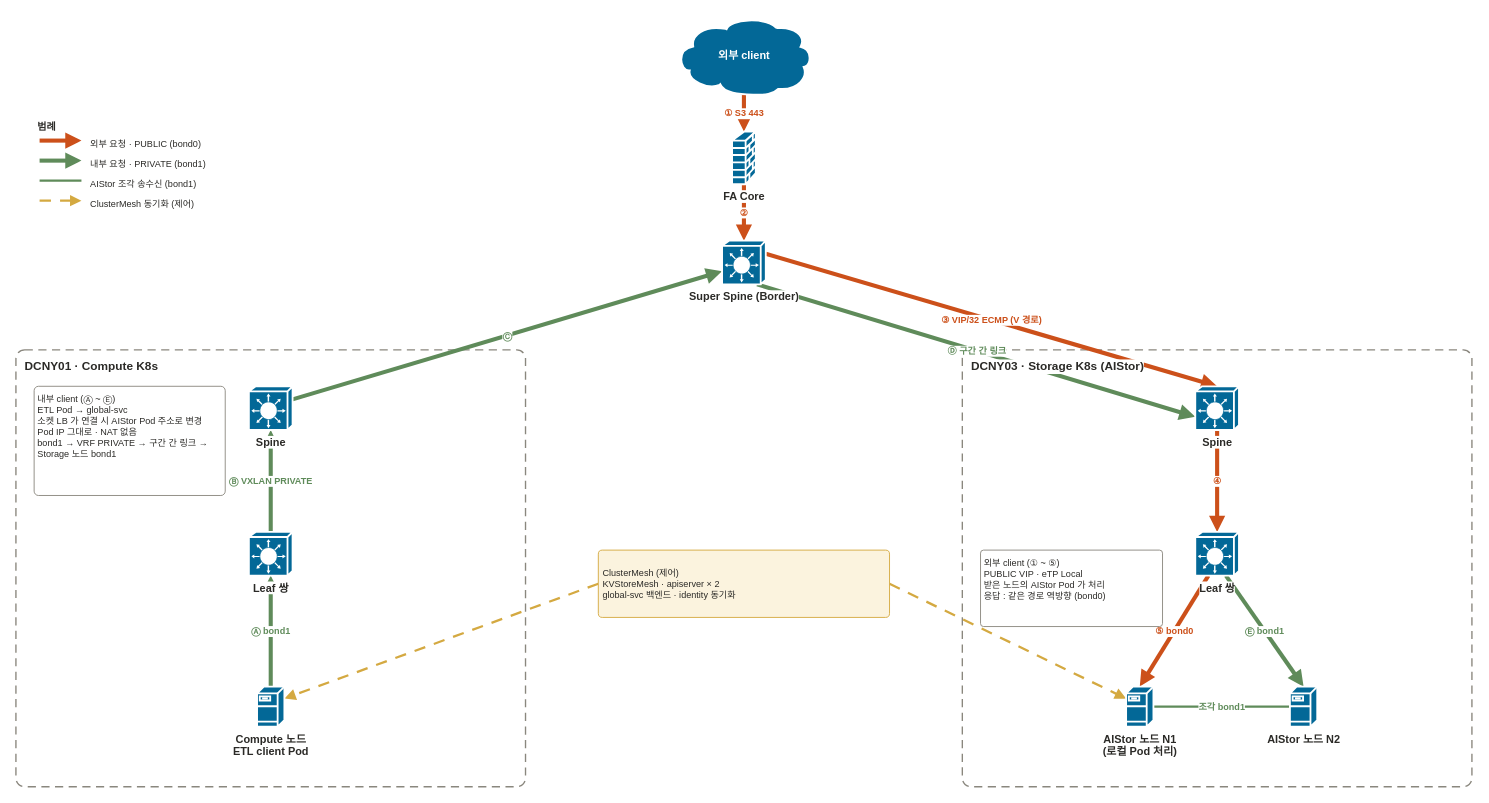
riverjin839/devopser keeps this draw.io diagram as architecture/y1-nw-review/drawio/N-4.drawio. Above is the earlier version. Source tidied: cells renumbered, new cells numbered last; positions are measured from the earlier drawing's top-left corner, leaving out a move shared by most shapes. Both pictures are drawn from the tidied source at 91%, with x=0, y=0 at pixel (15, 16).
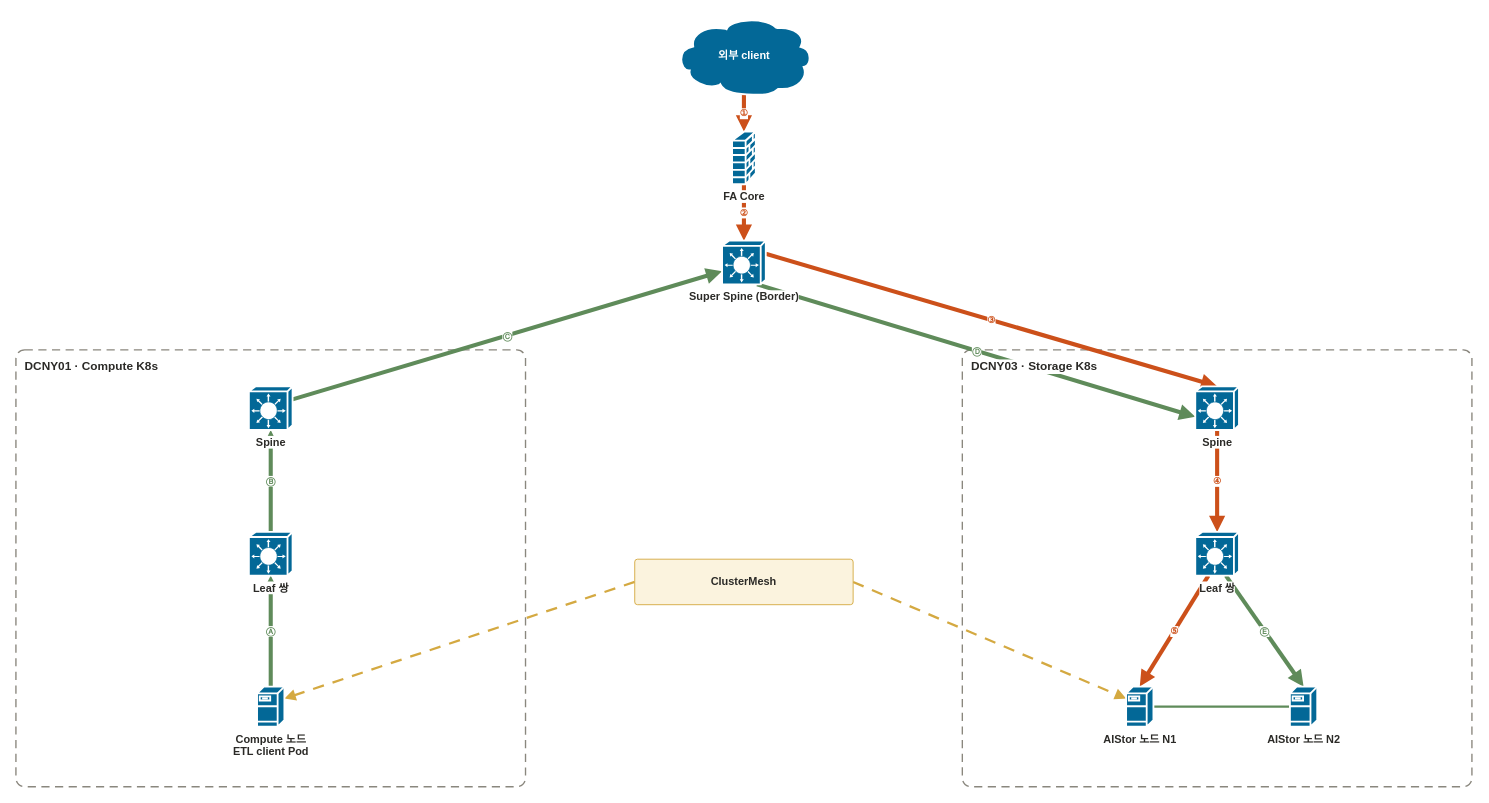
The same page after the edit.

Change to the diagram source:
```diff
@@
-    <mxCell id="4" value="① S3 443" style="edgeStyle=none;orthogonal=0;rounded=0;html=1;strokeColor=#CC501A;strokeWidth=4.5;endArrow=block;endFill=1;startArrow=none;fontFamily=Noto Sans KR,Malgun Gothic,Apple SD Gothic Neo,sans-serif;fontSize=10;fontColor=#CC501A;fontStyle=1;labelBackgroundColor=#FFFFFF;" parent="1" edge="1">
+    <mxCell id="4" value="①" style="edgeStyle=none;orthogonal=0;rounded=0;html=1;strokeColor=#CC501A;strokeWidth=4.5;endArrow=block;endFill=1;startArrow=none;fontFamily=Noto Sans KR,Malgun Gothic,Apple SD Gothic Neo,sans-serif;fontSize=10;fontColor=#CC501A;fontStyle=1;labelBackgroundColor=#FFFFFF;" parent="1" edge="1">
       <mxGeometry relative="1" as="geometry">
         <mxPoint x="800" y="86" as="sourcePoint" />
         <mxPoint x="800" y="126" as="targetPoint" />
       </mxGeometry>
     </mxCell>
@@
-    <mxCell id="6" value="③ VIP/32 ECMP (V 경로)" style="edgeStyle=none;orthogonal=0;rounded=0;html=1;strokeColor=#CC501A;strokeWidth=4.5;endArrow=block;endFill=1;startArrow=none;fontFamily=Noto Sans KR,Malgun Gothic,Apple SD Gothic Neo,sans-serif;fontSize=10;fontColor=#CC501A;fontStyle=1;labelBackgroundColor=#FFFFFF;" parent="1" edge="1">
+    <mxCell id="6" value="③" style="edgeStyle=none;orthogonal=0;rounded=0;html=1;strokeColor=#CC501A;strokeWidth=4.5;endArrow=block;endFill=1;startArrow=none;fontFamily=Noto Sans KR,Malgun Gothic,Apple SD Gothic Neo,sans-serif;fontSize=10;fontColor=#CC501A;fontStyle=1;labelBackgroundColor=#FFFFFF;" parent="1" edge="1">
       <mxGeometry relative="1" as="geometry">
         <mxPoint x="824" y="260.4" as="sourcePoint" />
         <mxPoint x="1320" y="406" as="targetPoint" />
       </mxGeometry>
     </mxCell>
@@
-    <mxCell id="8" value="⑤ bond0" style="edgeStyle=none;orthogonal=0;rounded=0;html=1;strokeColor=#CC501A;strokeWidth=4.5;endArrow=block;endFill=1;startArrow=none;fontFamily=Noto Sans KR,Malgun Gothic,Apple SD Gothic Neo,sans-serif;fontSize=10;fontColor=#CC501A;fontStyle=1;labelBackgroundColor=#FFFFFF;" parent="1" edge="1">
+    <mxCell id="8" value="⑤" style="edgeStyle=none;orthogonal=0;rounded=0;html=1;strokeColor=#CC501A;strokeWidth=4.5;endArrow=block;endFill=1;startArrow=none;fontFamily=Noto Sans KR,Malgun Gothic,Apple SD Gothic Neo,sans-serif;fontSize=10;fontColor=#CC501A;fontStyle=1;labelBackgroundColor=#FFFFFF;" parent="1" edge="1">
       <mxGeometry relative="1" as="geometry">
         <mxPoint x="1310.4" y="614" as="sourcePoint" />
         <mxPoint x="1235" y="736" as="targetPoint" />
       </mxGeometry>
     </mxCell>
-    <mxCell id="9" value="조각 bond1" style="edgeStyle=none;orthogonal=0;rounded=0;html=1;strokeColor=#5F8B5A;strokeWidth=2.5;endArrow=none;endFill=1;startArrow=none;fontFamily=Noto Sans KR,Malgun Gothic,Apple SD Gothic Neo,sans-serif;fontSize=10;fontColor=#5F8B5A;fontStyle=1;labelBackgroundColor=#FFFFFF;" parent="1" edge="1">
+    <mxCell id="9" style="edgeStyle=none;orthogonal=0;rounded=0;html=1;strokeColor=#5F8B5A;strokeWidth=2.5;endArrow=none;endFill=1;startArrow=none;fontFamily=Noto Sans KR,Malgun Gothic,Apple SD Gothic Neo,sans-serif;fontSize=10;fontColor=#5F8B5A;fontStyle=1;labelBackgroundColor=#FFFFFF;" parent="1" edge="1">
       <mxGeometry relative="1" as="geometry">
         <mxPoint x="1250" y="758" as="sourcePoint" />
         <mxPoint x="1400" y="758" as="targetPoint" />
       </mxGeometry>
     </mxCell>
-    <mxCell id="10" value="Ⓐ bond1" style="edgeStyle=none;orthogonal=0;rounded=0;html=1;strokeColor=#5F8B5A;strokeWidth=4.5;endArrow=block;endFill=1;startArrow=none;fontFamily=Noto Sans KR,Malgun Gothic,Apple SD Gothic Neo,sans-serif;fontSize=10;fontColor=#5F8B5A;fontStyle=1;labelBackgroundColor=#FFFFFF;" parent="1" edge="1">
+    <mxCell id="10" value="Ⓐ" style="edgeStyle=none;orthogonal=0;rounded=0;html=1;strokeColor=#5F8B5A;strokeWidth=4.5;endArrow=block;endFill=1;startArrow=none;fontFamily=Noto Sans KR,Malgun Gothic,Apple SD Gothic Neo,sans-serif;fontSize=10;fontColor=#5F8B5A;fontStyle=1;labelBackgroundColor=#FFFFFF;" parent="1" edge="1">
       <mxGeometry relative="1" as="geometry">
         <mxPoint x="280" y="736" as="sourcePoint" />
         <mxPoint x="280" y="614" as="targetPoint" />
       </mxGeometry>
     </mxCell>
-    <mxCell id="11" value="Ⓑ VXLAN PRIVATE" style="edgeStyle=none;orthogonal=0;rounded=0;html=1;strokeColor=#5F8B5A;strokeWidth=4.5;endArrow=block;endFill=1;startArrow=none;fontFamily=Noto Sans KR,Malgun Gothic,Apple SD Gothic Neo,sans-serif;fontSize=10;fontColor=#5F8B5A;fontStyle=1;labelBackgroundColor=#FFFFFF;" parent="1" edge="1">
+    <mxCell id="11" value="Ⓑ" style="edgeStyle=none;orthogonal=0;rounded=0;html=1;strokeColor=#5F8B5A;strokeWidth=4.5;endArrow=block;endFill=1;startArrow=none;fontFamily=Noto Sans KR,Malgun Gothic,Apple SD Gothic Neo,sans-serif;fontSize=10;fontColor=#5F8B5A;fontStyle=1;labelBackgroundColor=#FFFFFF;" parent="1" edge="1">
       <mxGeometry relative="1" as="geometry">
         <mxPoint x="280" y="566" as="sourcePoint" />
         <mxPoint x="280" y="454" as="targetPoint" />
       </mxGeometry>
     </mxCell>
@@
-    <mxCell id="13" value="Ⓓ 구간 간 링크" style="edgeStyle=none;orthogonal=0;rounded=0;html=1;strokeColor=#5F8B5A;strokeWidth=4.5;endArrow=block;endFill=1;startArrow=none;fontFamily=Noto Sans KR,Malgun Gothic,Apple SD Gothic Neo,sans-serif;fontSize=10;fontColor=#5F8B5A;fontStyle=1;labelBackgroundColor=#FFFFFF;" parent="1" edge="1">
+    <mxCell id="13" value="Ⓓ" style="edgeStyle=none;orthogonal=0;rounded=0;html=1;strokeColor=#5F8B5A;strokeWidth=4.5;endArrow=block;endFill=1;startArrow=none;fontFamily=Noto Sans KR,Malgun Gothic,Apple SD Gothic Neo,sans-serif;fontSize=10;fontColor=#5F8B5A;fontStyle=1;labelBackgroundColor=#FFFFFF;" parent="1" edge="1">
       <mxGeometry relative="1" as="geometry">
         <mxPoint x="814.4" y="294" as="sourcePoint" />
         <mxPoint x="1296" y="439.6" as="targetPoint" />
       </mxGeometry>
     </mxCell>
-    <mxCell id="14" value="Ⓔ bond1" style="edgeStyle=none;orthogonal=0;rounded=0;html=1;strokeColor=#5F8B5A;strokeWidth=4.5;endArrow=block;endFill=1;startArrow=none;fontFamily=Noto Sans KR,Malgun Gothic,Apple SD Gothic Neo,sans-serif;fontSize=10;fontColor=#5F8B5A;fontStyle=1;labelBackgroundColor=#FFFFFF;" parent="1" edge="1">
+    <mxCell id="14" value="Ⓔ" style="edgeStyle=none;orthogonal=0;rounded=0;html=1;strokeColor=#5F8B5A;strokeWidth=4.5;endArrow=block;endFill=1;startArrow=none;fontFamily=Noto Sans KR,Malgun Gothic,Apple SD Gothic Neo,sans-serif;fontSize=10;fontColor=#5F8B5A;fontStyle=1;labelBackgroundColor=#FFFFFF;" parent="1" edge="1">
       <mxGeometry relative="1" as="geometry">
         <mxPoint x="1329.6" y="614" as="sourcePoint" />
         <mxPoint x="1415" y="736" as="targetPoint" />
       </mxGeometry>
     </mxCell>
     <mxCell id="15" style="edgeStyle=none;orthogonal=0;rounded=0;html=1;strokeColor=#D4A941;strokeWidth=2.5;endArrow=block;endFill=1;startArrow=none;fontFamily=Noto Sans KR,Malgun Gothic,Apple SD Gothic Neo,sans-serif;fontSize=10;fontColor=#D4A941;fontStyle=1;labelBackgroundColor=#FFFFFF;dashed=1;dashPattern=5 4;" parent="1" edge="1">
       <mxGeometry relative="1" as="geometry">
-        <mxPoint x="640" y="623" as="sourcePoint" />
+        <mxPoint x="680" y="621" as="sourcePoint" />
         <mxPoint x="295" y="749.2" as="targetPoint" />
       </mxGeometry>
     </mxCell>
     <mxCell id="16" style="edgeStyle=none;orthogonal=0;rounded=0;html=1;strokeColor=#D4A941;strokeWidth=2.5;endArrow=block;endFill=1;startArrow=none;fontFamily=Noto Sans KR,Malgun Gothic,Apple SD Gothic Neo,sans-serif;fontSize=10;fontColor=#D4A941;fontStyle=1;labelBackgroundColor=#FFFFFF;dashed=1;dashPattern=5 4;" parent="1" edge="1">
       <mxGeometry relative="1" as="geometry">
-        <mxPoint x="960" y="623" as="sourcePoint" />
+        <mxPoint x="920" y="621" as="sourcePoint" />
         <mxPoint x="1220" y="749.2" as="targetPoint" />
       </mxGeometry>
     </mxCell>
-    <mxCell id="17" style="edgeStyle=none;orthogonal=0;rounded=0;html=1;strokeColor=#CC501A;strokeWidth=4.5;endArrow=block;endFill=1;startArrow=none;fontFamily=Noto Sans KR,Malgun Gothic,Apple SD Gothic Neo,sans-serif;fontSize=10;fontColor=#CC501A;fontStyle=1;labelBackgroundColor=#FFFFFF;" parent="1" edge="1">
-      <mxGeometry relative="1" as="geometry">
-        <mxPoint x="26" y="136" as="sourcePoint" />
-        <mxPoint x="72" y="136" as="targetPoint" />
-      </mxGeometry>
-    </mxCell>
-    <mxCell id="18" style="edgeStyle=none;orthogonal=0;rounded=0;html=1;strokeColor=#5F8B5A;strokeWidth=4.5;endArrow=block;endFill=1;startArrow=none;fontFamily=Noto Sans KR,Malgun Gothic,Apple SD Gothic Neo,sans-serif;fontSize=10;fontColor=#5F8B5A;fontStyle=1;labelBackgroundColor=#FFFFFF;" parent="1" edge="1">
-      <mxGeometry relative="1" as="geometry">
-        <mxPoint x="26" y="158" as="sourcePoint" />
-        <mxPoint x="72" y="158" as="targetPoint" />
-      </mxGeometry>
-    </mxCell>
-    <mxCell id="19" style="edgeStyle=none;orthogonal=0;rounded=0;html=1;strokeColor=#5F8B5A;strokeWidth=2.5;endArrow=none;endFill=1;startArrow=none;fontFamily=Noto Sans KR,Malgun Gothic,Apple SD Gothic Neo,sans-serif;fontSize=10;fontColor=#5F8B5A;fontStyle=1;labelBackgroundColor=#FFFFFF;" parent="1" edge="1">
-      <mxGeometry relative="1" as="geometry">
-        <mxPoint x="26" y="180" as="sourcePoint" />
-        <mxPoint x="72" y="180" as="targetPoint" />
-      </mxGeometry>
-    </mxCell>
-    <mxCell id="20" style="edgeStyle=none;orthogonal=0;rounded=0;html=1;strokeColor=#D4A941;strokeWidth=2.5;endArrow=block;endFill=1;startArrow=none;fontFamily=Noto Sans KR,Malgun Gothic,Apple SD Gothic Neo,sans-serif;fontSize=10;fontColor=#D4A941;fontStyle=1;labelBackgroundColor=#FFFFFF;dashed=1;dashPattern=5 4;" parent="1" edge="1">
-      <mxGeometry relative="1" as="geometry">
-        <mxPoint x="26" y="202" as="sourcePoint" />
-        <mxPoint x="72" y="202" as="targetPoint" />
-      </mxGeometry>
-    </mxCell>
@@
-    <mxCell id="25" value="DCNY03 · Storage K8s (AIStor)" style="text;html=1;whiteSpace=wrap;align=left;verticalAlign=top;spacing=4;fontFamily=Noto Sans KR,Malgun Gothic,Apple SD Gothic Neo,sans-serif;fontSize=13;fontColor=#2B2A27;fontStyle=1;labelBackgroundColor=#FFFFFF;" parent="1" vertex="1">
-      <mxGeometry x="1046" y="368" width="378.1" height="25" as="geometry" />
+    <mxCell id="25" value="DCNY03 · Storage K8s" style="text;html=1;whiteSpace=wrap;align=left;verticalAlign=top;spacing=4;fontFamily=Noto Sans KR,Malgun Gothic,Apple SD Gothic Neo,sans-serif;fontSize=13;fontColor=#2B2A27;fontStyle=1;labelBackgroundColor=#FFFFFF;" parent="1" vertex="1">
+      <mxGeometry x="1046" y="368" width="267" height="25" as="geometry" />
     </mxCell>
@@
-    <mxCell id="31" value="AIStor 노드 N1&lt;br&gt;(로컬 Pod 처리)" style="sketch=0;html=1;dashed=0;fillColor=#036897;strokeColor=#ffffff;strokeWidth=2;verticalLabelPosition=bottom;verticalAlign=top;align=center;shape=mxgraph.cisco.servers.fileserver;fontFamily=Noto Sans KR,Malgun Gothic,Apple SD Gothic Neo,sans-serif;fontSize=12;fontColor=#2B2A27;labelBackgroundColor=#FFFFFF;fontStyle=1;" parent="1" vertex="1">
+    <mxCell id="31" value="AIStor 노드 N1" style="sketch=0;html=1;dashed=0;fillColor=#036897;strokeColor=#ffffff;strokeWidth=2;verticalLabelPosition=bottom;verticalAlign=top;align=center;shape=mxgraph.cisco.servers.fileserver;fontFamily=Noto Sans KR,Malgun Gothic,Apple SD Gothic Neo,sans-serif;fontSize=12;fontColor=#2B2A27;labelBackgroundColor=#FFFFFF;fontStyle=1;" parent="1" vertex="1">
       <mxGeometry x="1220" y="736" width="30" height="44" as="geometry" />
     </mxCell>
@@
-    <mxCell id="33" value="ClusterMesh (제어)&lt;br&gt;KVStoreMesh · apiserver × 2&lt;br&gt;global-svc 백엔드 · identity 동기화" style="rounded=1;arcSize=6;html=1;whiteSpace=wrap;fillColor=#FBF3DE;strokeColor=#D4A941;align=left;verticalAlign=middle;spacing=5;fontFamily=Noto Sans KR,Malgun Gothic,Apple SD Gothic Neo,sans-serif;fontSize=10;fontColor=#2B2A27;" parent="1" vertex="1">
-      <mxGeometry x="640" y="586" width="320" height="74" as="geometry" />
+    <mxCell id="33" value="ClusterMesh" style="rounded=1;arcSize=6;html=1;whiteSpace=wrap;fillColor=#FBF3DE;strokeColor=#D4A941;align=center;verticalAlign=middle;spacing=5;fontFamily=Noto Sans KR,Malgun Gothic,Apple SD Gothic Neo,sans-serif;fontSize=12;fontColor=#2B2A27;fontStyle=1;" parent="1" vertex="1">
+      <mxGeometry x="680" y="596" width="240" height="50" as="geometry" />
     </mxCell>
-    <mxCell id="34" value="내부 client (Ⓐ ~ Ⓔ)&lt;br&gt;ETL Pod → global-svc&lt;br&gt;소켓 LB 가 연결 시 AIStor Pod 주소로 변경&lt;br&gt;Pod IP 그대로 · NAT 없음&lt;br&gt;bond1 → VRF PRIVATE → 구간 간 링크 → Storage 노드 bond1" style="text;html=1;whiteSpace=wrap;align=left;verticalAlign=top;spacing=4;fontFamily=Noto Sans KR,Malgun Gothic,Apple SD Gothic Neo,sans-serif;fontSize=10;fontColor=#2B2A27;fillColor=#FFFFFF;strokeColor=#8A877E;rounded=1;arcSize=4;" parent="1" vertex="1">
-      <mxGeometry x="20" y="406" width="210" height="120" as="geometry" />
-    </mxCell>
-    <mxCell id="35" value="외부 client (① ~ ⑤)&lt;br&gt;PUBLIC VIP · eTP Local&lt;br&gt;받은 노드의 AIStor Pod 가 처리&lt;br&gt;응답 : 같은 경로 역방향 (bond0)" style="text;html=1;whiteSpace=wrap;align=left;verticalAlign=top;spacing=4;fontFamily=Noto Sans KR,Malgun Gothic,Apple SD Gothic Neo,sans-serif;fontSize=10;fontColor=#2B2A27;fillColor=#FFFFFF;strokeColor=#8A877E;rounded=1;arcSize=4;" parent="1" vertex="1">
-      <mxGeometry x="1060" y="586" width="200" height="84" as="geometry" />
-    </mxCell>
-    <mxCell id="36" value="범례" style="text;html=1;whiteSpace=wrap;align=left;verticalAlign=top;spacing=4;fontFamily=Noto Sans KR,Malgun Gothic,Apple SD Gothic Neo,sans-serif;fontSize=11;fontColor=#2B2A27;fontStyle=1;labelBackgroundColor=#FFFFFF;" parent="1" vertex="1">
-      <mxGeometry x="20" y="106" width="230" height="22" as="geometry" />
-    </mxCell>
-    <mxCell id="37" value="외부 요청 · PUBLIC (bond0)" style="text;html=1;whiteSpace=wrap;align=left;verticalAlign=top;spacing=4;fontFamily=Noto Sans KR,Malgun Gothic,Apple SD Gothic Neo,sans-serif;fontSize=10;fontColor=#2B2A27;labelBackgroundColor=#FFFFFF;" parent="1" vertex="1">
-      <mxGeometry x="78" y="126" width="190" height="20" as="geometry" />
-    </mxCell>
-    <mxCell id="38" value="내부 요청 · PRIVATE (bond1)" style="text;html=1;whiteSpace=wrap;align=left;verticalAlign=top;spacing=4;fontFamily=Noto Sans KR,Malgun Gothic,Apple SD Gothic Neo,sans-serif;fontSize=10;fontColor=#2B2A27;labelBackgroundColor=#FFFFFF;" parent="1" vertex="1">
-      <mxGeometry x="78" y="148" width="190" height="20" as="geometry" />
-    </mxCell>
-    <mxCell id="39" value="AIStor 조각 송수신 (bond1)" style="text;html=1;whiteSpace=wrap;align=left;verticalAlign=top;spacing=4;fontFamily=Noto Sans KR,Malgun Gothic,Apple SD Gothic Neo,sans-serif;fontSize=10;fontColor=#2B2A27;labelBackgroundColor=#FFFFFF;" parent="1" vertex="1">
-      <mxGeometry x="78" y="170" width="190" height="20" as="geometry" />
-    </mxCell>
-    <mxCell id="40" value="ClusterMesh 동기화 (제어)" style="text;html=1;whiteSpace=wrap;align=left;verticalAlign=top;spacing=4;fontFamily=Noto Sans KR,Malgun Gothic,Apple SD Gothic Neo,sans-serif;fontSize=10;fontColor=#2B2A27;labelBackgroundColor=#FFFFFF;" parent="1" vertex="1">
-      <mxGeometry x="78" y="192" width="190" height="20" as="geometry" />
-    </mxCell>
```
